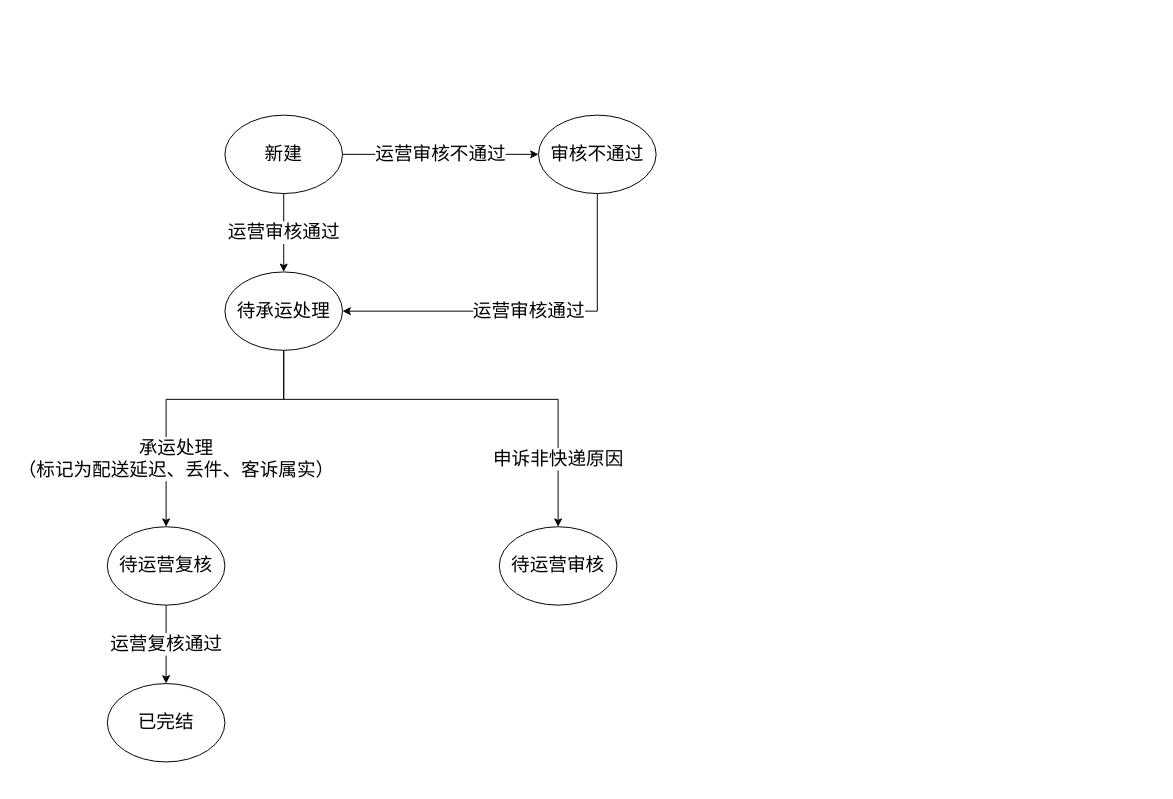
libo9527/static keeps this draw.io diagram as diagrams/快递异常件处理进度状态机.drawio. Above is the earlier version. Source tidied: cells renumbered, new cells numbered last; positions are measured from the earlier drawing's top-left corner, leaving out a move shared by most shapes. Both pictures are drawn from the tidied source at 98%, with x=0, y=0 at pixel (107, 115).
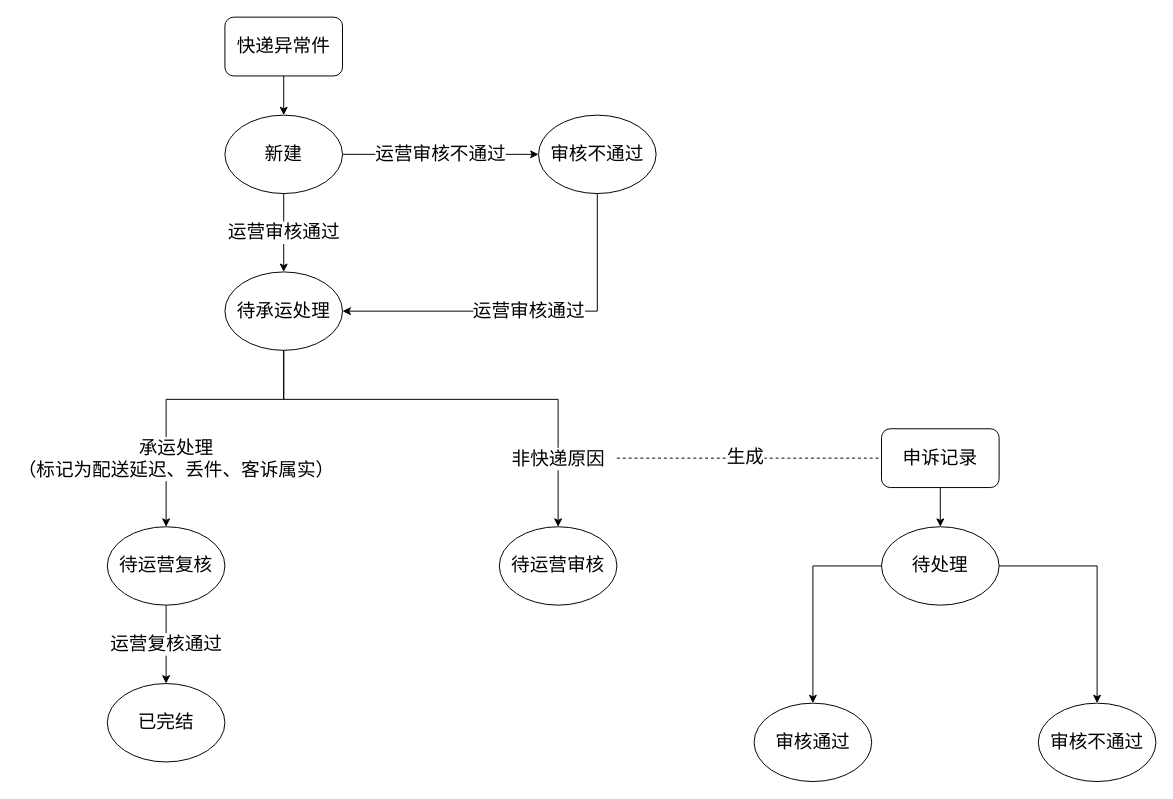
Above is the later version.

Commit message (it also covers changes not shown here):
Update 快递异常件处理进度状态机.drawio

Unchanged cells that the change refers to:
```xml
<mxCell id="4" value="&lt;font style=&quot;font-size: 19px&quot;&gt;新建&lt;/font&gt;" style="ellipse;whiteSpace=wrap;html=1;" parent="1" vertex="1">
  <mxGeometry x="120" width="120" height="80" as="geometry" />
</mxCell>
<mxCell id="8" value="&lt;font style=&quot;font-size: 19px&quot;&gt;待承运处理&lt;/font&gt;" style="ellipse;whiteSpace=wrap;html=1;" parent="1" vertex="1">
  <mxGeometry x="120" y="160" width="120" height="80" as="geometry" />
</mxCell>
<mxCell id="14" value="&lt;font style=&quot;font-size: 19px&quot;&gt;待运营审核&lt;/font&gt;" style="ellipse;whiteSpace=wrap;html=1;" parent="1" vertex="1">
  <mxGeometry x="400" y="420" width="120" height="80" as="geometry" />
</mxCell>
```

Diff of the diagram source:
```diff
@@
-    <mxCell id="7" value="申诉非快递原因" style="edgeStyle=orthogonalEdgeStyle;rounded=0;jettySize=auto;html=1;fontSize=19;exitX=0.5;exitY=1;exitDx=0;exitDy=0;" parent="1" edge="1" source="8" target="14">
+    <mxCell id="7" value="非快递原因" style="edgeStyle=orthogonalEdgeStyle;rounded=0;jettySize=auto;html=1;fontSize=19;exitX=0.5;exitY=1;exitDx=0;exitDy=0;" parent="1" edge="1" source="8" target="14">
       <mxGeometry x="0.7" relative="1" as="geometry">
         <Array as="points">
           <mxPoint x="180" y="290" />
           <mxPoint x="460" y="290" />
         </Array>
       </mxGeometry>
     </mxCell>
@@
+    <mxCell id="15" style="edgeStyle=orthogonalEdgeStyle;rounded=0;jettySize=auto;html=1;fontSize=19;" parent="1" edge="1" source="17" target="24">
+      <mxGeometry relative="1" as="geometry" />
+    </mxCell>
+    <mxCell id="16" style="edgeStyle=orthogonalEdgeStyle;rounded=0;jettySize=auto;html=1;fontSize=19;" parent="1" edge="1" source="17" target="25">
+      <mxGeometry relative="1" as="geometry" />
+    </mxCell>
+    <mxCell id="17" value="待处理" style="ellipse;whiteSpace=wrap;html=1;fontSize=19;" parent="1" vertex="1">
+      <mxGeometry x="790" y="420" width="120" height="80" as="geometry" />
+    </mxCell>
+    <mxCell id="18" style="edgeStyle=orthogonalEdgeStyle;rounded=0;jettySize=auto;html=1;fontSize=19;" parent="1" edge="1" source="19" target="17">
+      <mxGeometry relative="1" as="geometry" />
+    </mxCell>
+    <mxCell id="19" value="申诉记录" style="rounded=1;whiteSpace=wrap;html=1;fontSize=19;" parent="1" vertex="1">
+      <mxGeometry x="790" y="320" width="120" height="60" as="geometry" />
+    </mxCell>
+    <mxCell id="20" style="endArrow=none;dashed=1;html=1;rounded=0;fontSize=19;entryX=0;entryY=0.5;entryDx=0;entryDy=0;" parent="1" edge="1" target="19">
+      <mxGeometry relative="1" as="geometry">
+        <mxPoint x="520" y="350" as="sourcePoint" />
+      </mxGeometry>
+    </mxCell>
+    <mxCell id="21" value="生成" style="edgeLabel;html=1;align=center;verticalAlign=middle;fontSize=19;" parent="20" vertex="1">
+      <mxGeometry x="-0.04" y="3" relative="1" as="geometry">
+        <mxPoint y="1" as="offset" />
+      </mxGeometry>
+    </mxCell>
+    <mxCell id="22" style="edgeStyle=orthogonalEdgeStyle;rounded=0;jettySize=auto;html=1;fontSize=19;" parent="1" edge="1" source="23" target="4">
+      <mxGeometry relative="1" as="geometry" />
+    </mxCell>
+    <mxCell id="23" value="快递异常件" style="rounded=1;whiteSpace=wrap;html=1;fontSize=19;" parent="1" vertex="1">
+      <mxGeometry x="120" y="-100" width="120" height="60" as="geometry" />
+    </mxCell>
+    <mxCell id="24" value="审核通过" style="ellipse;whiteSpace=wrap;html=1;fontSize=19;" parent="1" vertex="1">
+      <mxGeometry x="660" y="600" width="120" height="80" as="geometry" />
+    </mxCell>
+    <mxCell id="25" value="审核不通过" style="ellipse;whiteSpace=wrap;html=1;fontSize=19;" parent="1" vertex="1">
+      <mxGeometry x="950" y="600" width="120" height="80" as="geometry" />
+    </mxCell>
```
